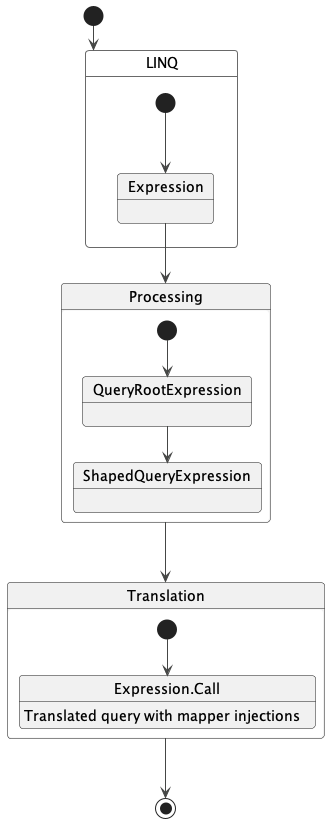
Earlier version of the PlantUML export content/Expression transformation.png (TomStary/masters-thesis). Source of this version:
```plantuml
@startuml Expression transformation
!theme vibrant

[*] --> LINQ

state LINQ {
    [*] --> Expression
    Expression --> Processing
}

state Processing {
    [*] --> QueryRootExpression
    QueryRootExpression --> ShapedQueryExpression
    Processing --> Translation
}

state Translation {
    [*] --> Expression.Call
    Expression.Call : Translated query with mapper injections
}

Translation --> [*]

@enduml
```
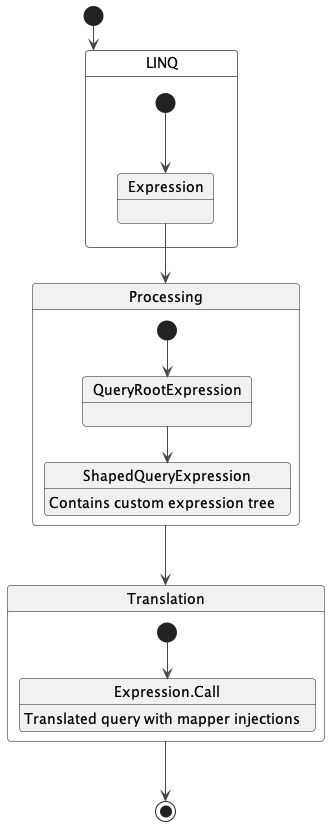
The same file after the commit.

The edit, as a diff of the source:
```diff
@@ -12,6 +12,7 @@
     [*] --> QueryRootExpression
     QueryRootExpression --> ShapedQueryExpression
     Processing --> Translation
+    ShapedQueryExpression : Contains custom expression tree
 }
 
 state Translation {
```
